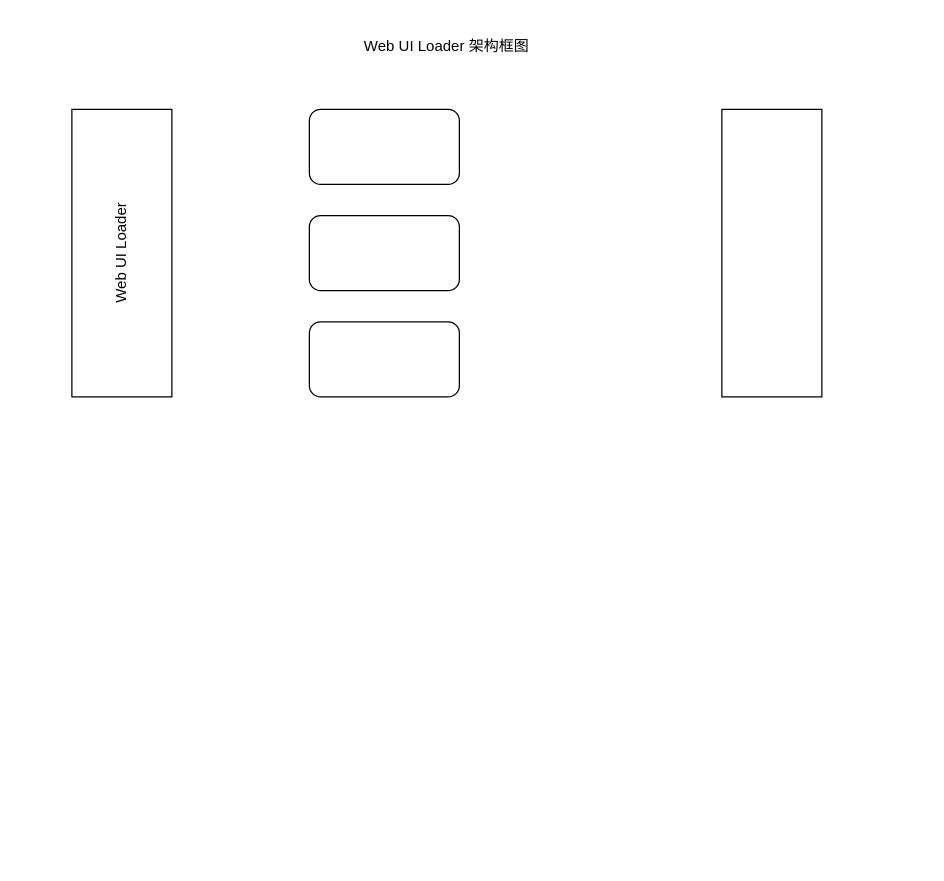
Before: project01/Untitled Diagram.drawio in wilson9898/firstgitproject, a draw.io diagram. Source tidied: cells renumbered, new cells numbered last; positions are measured from the earlier drawing's top-left corner, leaving out a move shared by most shapes. Both pictures are drawn from the tidied source at 125%, with x=0, y=0 at pixel (71, 21).
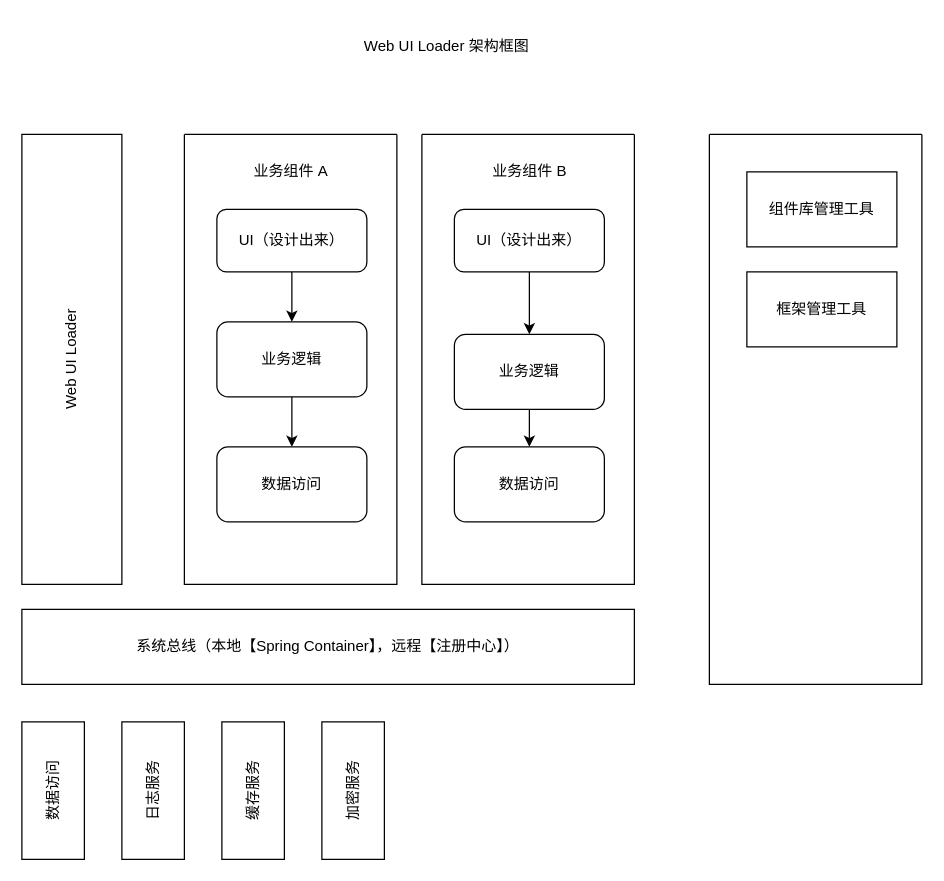
Above is the later version.

The edit, as a diff of the source:
```diff
@@
     <mxCell id="2" value="Web UI Loader" style="rounded=0;whiteSpace=wrap;html=1;horizontal=0;" parent="1" vertex="1">
-      <mxGeometry y="70" width="80" height="230" as="geometry" />
+      <mxGeometry x="-40" y="90" width="80" height="360" as="geometry" />
     </mxCell>
+    <mxCell id="7" value="&lt;div&gt;Web UI Loader 架构框图&lt;/div&gt;" style="text;html=1;strokeColor=none;fillColor=none;align=center;verticalAlign=middle;whiteSpace=wrap;rounded=0;" parent="1" vertex="1">
+      <mxGeometry x="220" width="160" height="40" as="geometry" />
+    </mxCell>
+    <mxCell id="8" value="系统总线（本地【Spring Container】，远程【注册中心】）" style="rounded=0;whiteSpace=wrap;html=1;" parent="1" vertex="1">
+      <mxGeometry x="-40" y="470" width="490" height="60" as="geometry" />
+    </mxCell>
+    <mxCell id="9" style="swimlane;startSize=0;" parent="1" vertex="1">
+      <mxGeometry x="280" y="90" width="170" height="360" as="geometry" />
+    </mxCell>
+    <mxCell id="10" style="edgeStyle=orthogonalEdgeStyle;rounded=0;jettySize=auto;html=1;exitX=0.5;exitY=1;exitDx=0;exitDy=0;entryX=0.5;entryY=0;entryDx=0;entryDy=0;" parent="9" edge="1" source="3" target="4">
+      <mxGeometry relative="1" as="geometry" />
+    </mxCell>
-    <mxCell id="3" style="rounded=1;whiteSpace=wrap;html=1;" parent="1" vertex="1">
-      <mxGeometry x="190" y="70" width="120" height="60" as="geometry" />
+    <mxCell id="3" value="UI（设计出来）" style="rounded=1;whiteSpace=wrap;html=1;" parent="9" vertex="1">
+      <mxGeometry x="26" y="60" width="120" height="50" as="geometry" />
     </mxCell>
+    <mxCell id="11" style="edgeStyle=orthogonalEdgeStyle;rounded=0;jettySize=auto;html=1;exitX=0.5;exitY=1;exitDx=0;exitDy=0;entryX=0.5;entryY=0;entryDx=0;entryDy=0;" parent="9" edge="1" source="4" target="5">
+      <mxGeometry relative="1" as="geometry" />
+    </mxCell>
-    <mxCell id="4" style="rounded=1;whiteSpace=wrap;html=1;" parent="1" vertex="1">
-      <mxGeometry x="190" y="155" width="120" height="60" as="geometry" />
+    <mxCell id="4" value="业务逻辑" style="rounded=1;whiteSpace=wrap;html=1;" parent="9" vertex="1">
+      <mxGeometry x="26" y="160" width="120" height="60" as="geometry" />
     </mxCell>
-    <mxCell id="5" style="rounded=1;whiteSpace=wrap;html=1;" parent="1" vertex="1">
-      <mxGeometry x="190" y="240" width="120" height="60" as="geometry" />
+    <mxCell id="5" value="数据访问" style="rounded=1;whiteSpace=wrap;html=1;" parent="9" vertex="1">
+      <mxGeometry x="26" y="250" width="120" height="60" as="geometry" />
     </mxCell>
-    <mxCell id="6" style="rounded=0;whiteSpace=wrap;html=1;" parent="1" vertex="1">
-      <mxGeometry x="520" y="70" width="80" height="230" as="geometry" />
-    </mxCell>
-    <mxCell id="7" value="&lt;div&gt;Web UI Loader 架构框图&lt;/div&gt;" style="text;html=1;strokeColor=none;fillColor=none;align=center;verticalAlign=middle;whiteSpace=wrap;rounded=0;" parent="1" vertex="1">
-      <mxGeometry x="220" width="160" height="40" as="geometry" />
-    </mxCell>
+    <mxCell id="12" value="业务组件 B" style="text;html=1;align=center;verticalAlign=middle;strokeColor=none;" parent="9" vertex="1">
+      <mxGeometry x="51" y="20" width="70" height="20" as="geometry" />
+    </mxCell>
+    <mxCell id="13" style="swimlane;startSize=0;" parent="1" vertex="1">
+      <mxGeometry x="90" y="90" width="170" height="360" as="geometry" />
+    </mxCell>
+    <mxCell id="14" style="edgeStyle=orthogonalEdgeStyle;rounded=0;jettySize=auto;html=1;exitX=0.5;exitY=1;exitDx=0;exitDy=0;" parent="13" edge="1" source="15" target="17">
+      <mxGeometry relative="1" as="geometry" />
+    </mxCell>
+    <mxCell id="15" value="UI（设计出来）" style="rounded=1;whiteSpace=wrap;html=1;" parent="13" vertex="1">
+      <mxGeometry x="26" y="60" width="120" height="50" as="geometry" />
+    </mxCell>
+    <mxCell id="16" style="edgeStyle=orthogonalEdgeStyle;rounded=0;jettySize=auto;html=1;exitX=0.5;exitY=1;exitDx=0;exitDy=0;entryX=0.5;entryY=0;entryDx=0;entryDy=0;" parent="13" edge="1" source="17" target="18">
+      <mxGeometry relative="1" as="geometry" />
+    </mxCell>
+    <mxCell id="17" value="业务逻辑" style="rounded=1;whiteSpace=wrap;html=1;" parent="13" vertex="1">
+      <mxGeometry x="26" y="150" width="120" height="60" as="geometry" />
+    </mxCell>
+    <mxCell id="18" value="数据访问" style="rounded=1;whiteSpace=wrap;html=1;" parent="13" vertex="1">
+      <mxGeometry x="26" y="250" width="120" height="60" as="geometry" />
+    </mxCell>
+    <mxCell id="19" value="业务组件 A" style="text;html=1;align=center;verticalAlign=middle;strokeColor=none;" parent="13" vertex="1">
+      <mxGeometry x="50" y="20" width="70" height="20" as="geometry" />
+    </mxCell>
+    <mxCell id="20" style="swimlane;startSize=0;" parent="1" vertex="1">
+      <mxGeometry x="510" y="90" width="170" height="440" as="geometry" />
+    </mxCell>
+    <mxCell id="21" value="组件库管理工具" style="rounded=0;whiteSpace=wrap;html=1;" parent="20" vertex="1">
+      <mxGeometry x="30" y="30" width="120" height="60" as="geometry" />
+    </mxCell>
+    <mxCell id="22" value="框架管理工具" style="rounded=0;whiteSpace=wrap;html=1;" parent="20" vertex="1">
+      <mxGeometry x="30" y="110" width="120" height="60" as="geometry" />
+    </mxCell>
+    <mxCell id="23" value="数据访问" style="rounded=0;whiteSpace=wrap;html=1;horizontal=0;" parent="1" vertex="1">
+      <mxGeometry x="-40" y="560" width="50" height="110" as="geometry" />
+    </mxCell>
+    <mxCell id="24" value="日志服务" style="rounded=0;whiteSpace=wrap;html=1;horizontal=0;" parent="1" vertex="1">
+      <mxGeometry x="40" y="560" width="50" height="110" as="geometry" />
+    </mxCell>
+    <mxCell id="25" value="缓存服务" style="rounded=0;whiteSpace=wrap;html=1;horizontal=0;" parent="1" vertex="1">
+      <mxGeometry x="120" y="560" width="50" height="110" as="geometry" />
+    </mxCell>
+    <mxCell id="26" value="加密服务" style="rounded=0;whiteSpace=wrap;html=1;horizontal=0;" parent="1" vertex="1">
+      <mxGeometry x="200" y="560" width="50" height="110" as="geometry" />
+    </mxCell>
```
